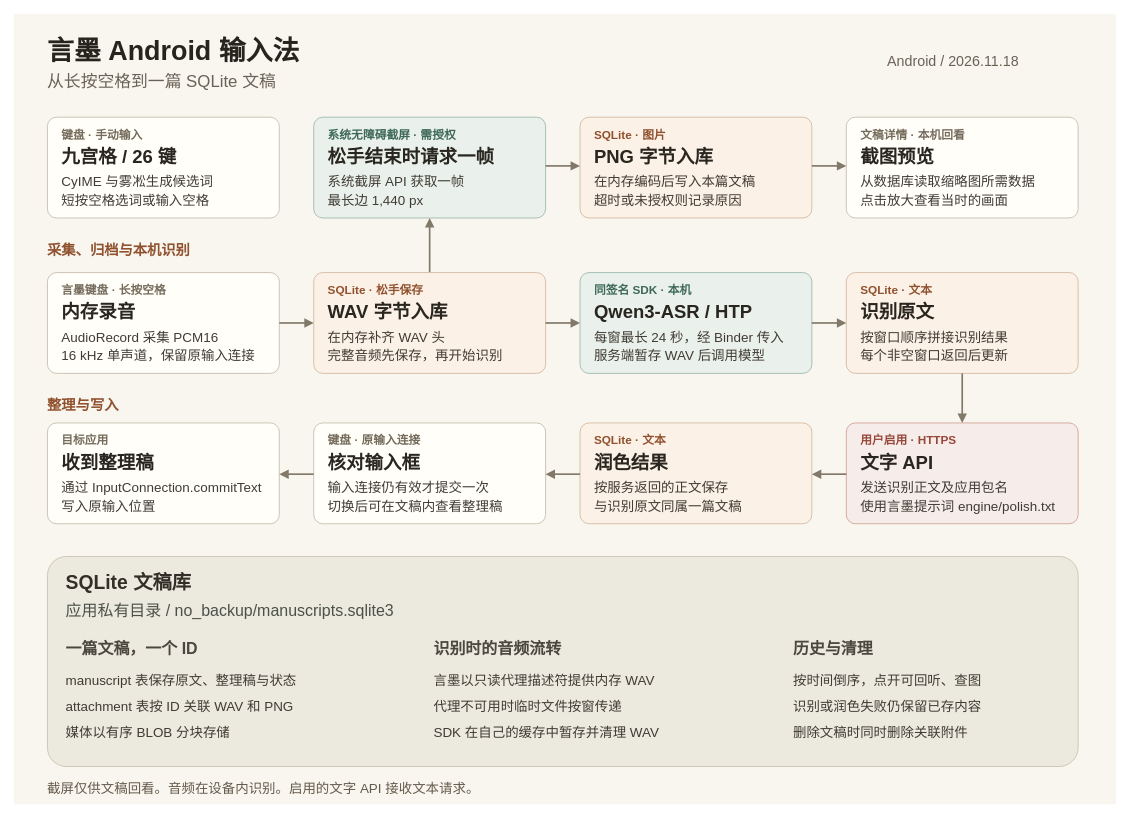
This is docs/architecture/android-ime-media.drawio from Happenmass/Yanmo, a draw.io file, before an edit. Source tidied: cells renumbered, new cells numbered last; positions are measured from the earlier drawing's top-left corner, leaving out a move shared by most shapes. Both pictures are drawn from the tidied source at 84%, with x=0, y=0 at pixel (13, 13).
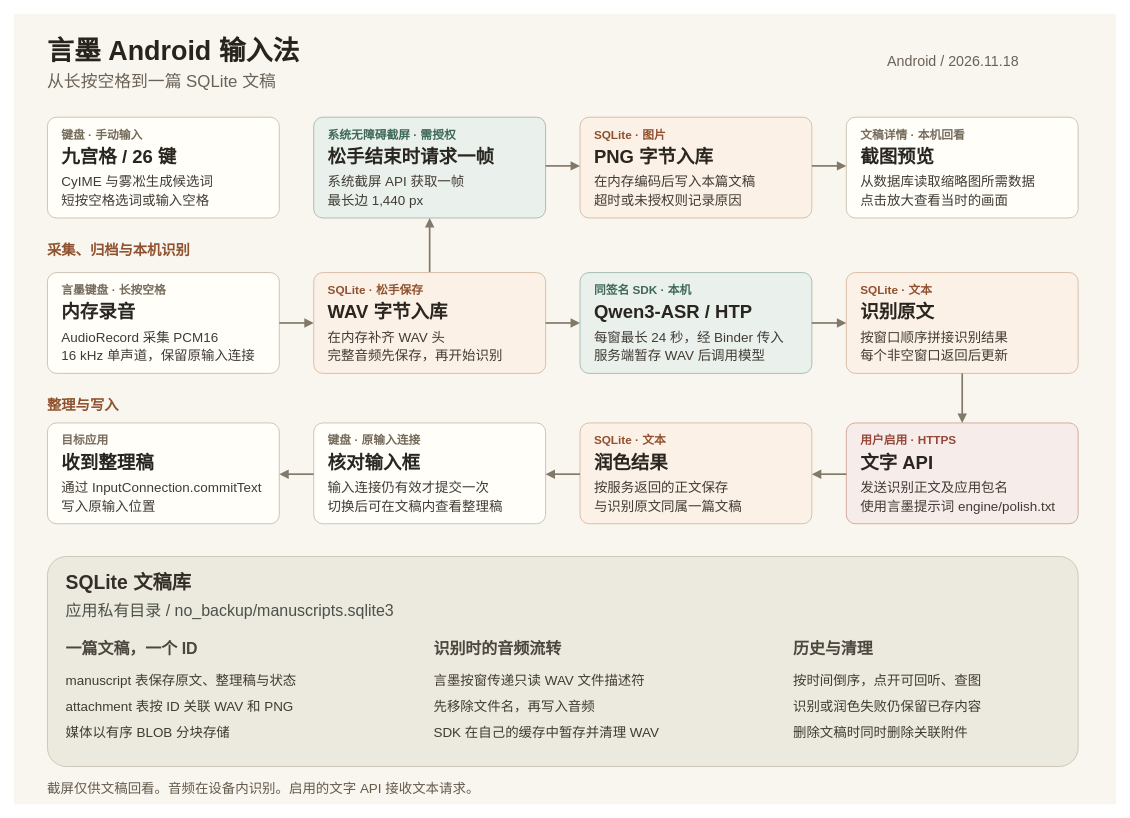
The same page after the edit.

Commit message (it also covers changes not shown here):
Use regular audio descriptors for Yanmo Android dictation

Change to the diagram source:
```diff
@@
-    <mxCell id="86" value="言墨以只读代理描述符提供内存 WAV" style="text;html=0;strokeColor=none;fillColor=none;align=left;verticalAlign=middle;spacing=0;fontSize=16;fontFamily=PingFang SC;fontStyle=0;fontColor=#403b33;" parent="1" vertex="1">
+    <mxCell id="86" value="言墨按窗传递只读 WAV 文件描述符" style="text;html=0;strokeColor=none;fillColor=none;align=left;verticalAlign=middle;spacing=0;fontSize=16;fontFamily=PingFang SC;fontStyle=0;fontColor=#403b33;" parent="1" vertex="1">
       <mxGeometry x="500" y="780" width="288" height="24" as="geometry" />
     </mxCell>
-    <mxCell id="87" value="代理不可用时临时文件按窗传递" style="text;html=0;strokeColor=none;fillColor=none;align=left;verticalAlign=middle;spacing=0;fontSize=16;fontFamily=PingFang SC;fontStyle=0;fontColor=#403b33;" parent="1" vertex="1">
+    <mxCell id="87" value="先移除文件名，再写入音频" style="text;html=0;strokeColor=none;fillColor=none;align=left;verticalAlign=middle;spacing=0;fontSize=16;fontFamily=PingFang SC;fontStyle=0;fontColor=#403b33;" parent="1" vertex="1">
       <mxGeometry x="500" y="811" width="224" height="24" as="geometry" />
     </mxCell>
```
